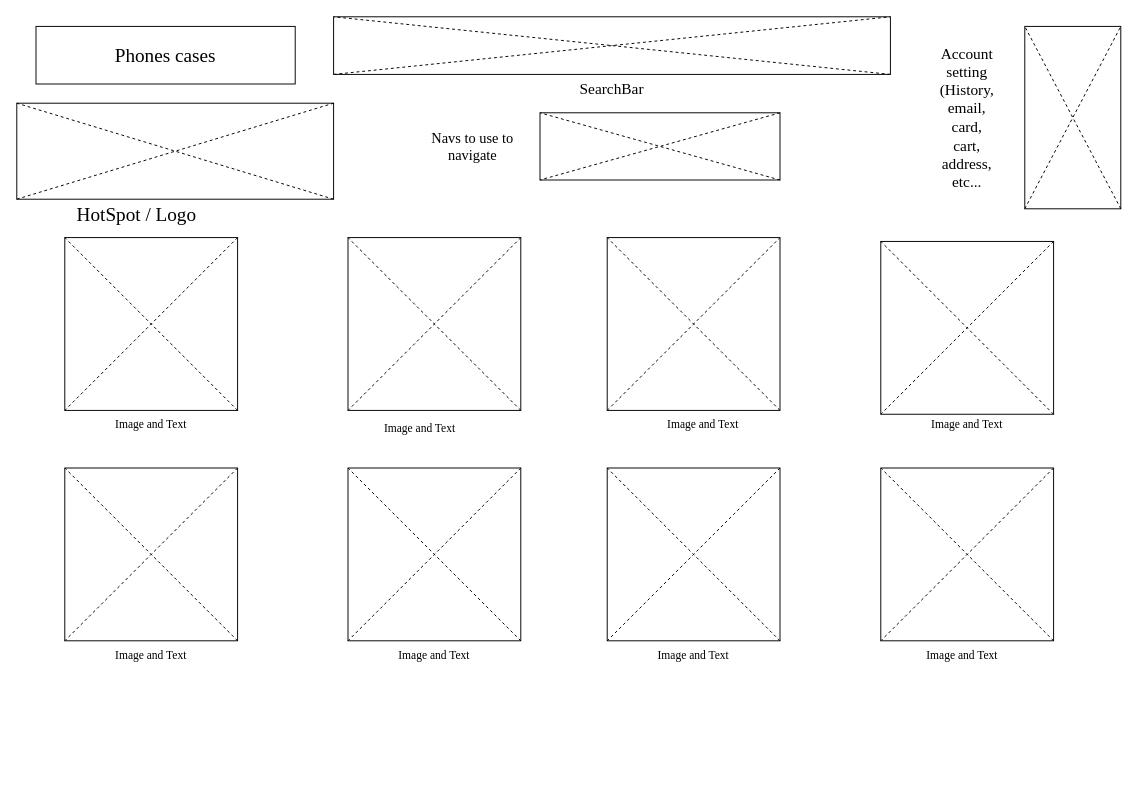
Before: page "Phone Cases PC Layout Different Design" (6 of 40) of Phone Design Wireframes Unit13.drawio in DariusBilt444079/U13A2-Darius, a draw.io diagram. Source tidied: cells renumbered, new cells numbered last; positions are measured from the earlier drawing's top-left corner, leaving out a move shared by most shapes. Both pictures are drawn from the tidied source at 96%, with x=0, y=0 at pixel (16, 16).
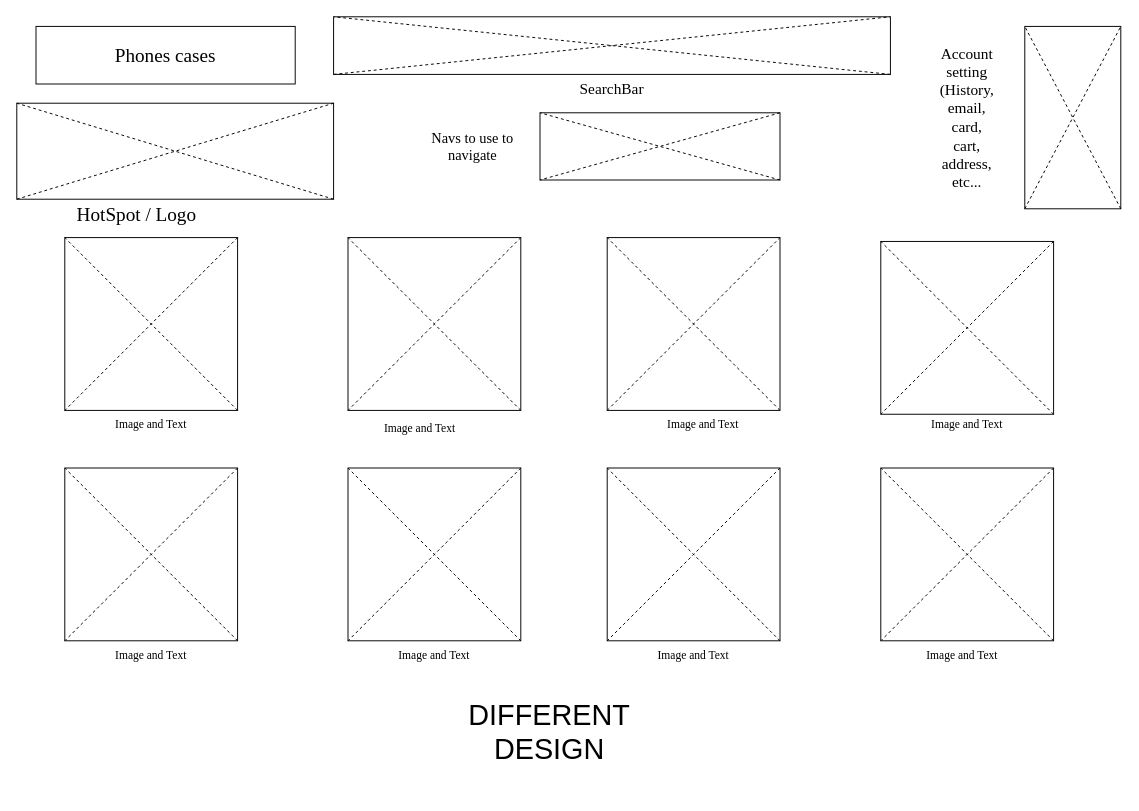
After the change.

Diff of the diagram source:
```diff
@@
+    <mxCell id="52" value="&lt;font style=&quot;font-size: 30px;&quot;&gt;DIFFERENT DESIGN&lt;/font&gt;" style="text;html=1;strokeColor=none;fillColor=none;align=center;verticalAlign=middle;whiteSpace=wrap;rounded=0;" parent="1" vertex="1">
+      <mxGeometry x="440" y="680" width="230" height="130" as="geometry" />
+    </mxCell>
```
